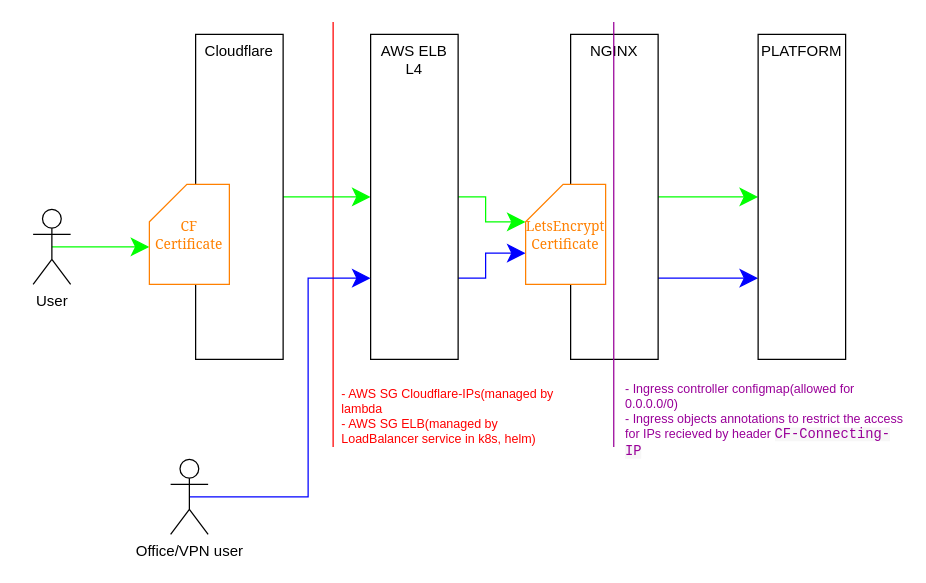
Above: users-traffic-http-routing.drawio in kpbll/draw.io (draw.io), before the change. Source tidied: cells renumbered, new cells numbered last; positions are measured from the earlier drawing's top-left corner, leaving out a move shared by most shapes. Both pictures are drawn from the tidied source at 125%, with x=0, y=0 at pixel (32, 21).
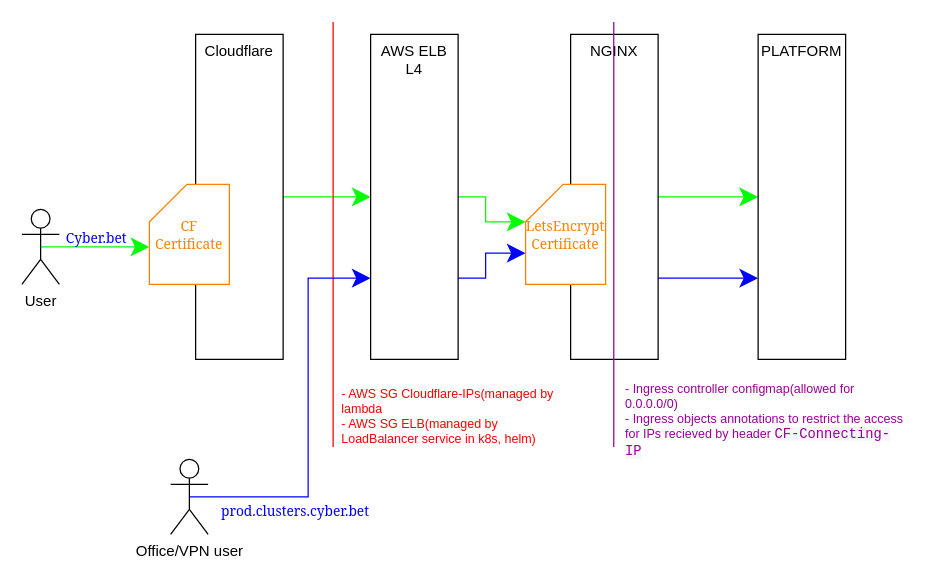
Above is the later version.

What changed in the source:
```diff
@@
     <mxCell id="3" value="User" style="shape=umlActor;verticalLabelPosition=bottom;verticalAlign=top;html=1;outlineConnect=0;" parent="1" vertex="1">
-      <mxGeometry y="150" width="30" height="60" as="geometry" />
+      <mxGeometry x="-9" y="150" width="30" height="60" as="geometry" />
     </mxCell>
@@
+    <mxCell id="22" value="&lt;font color=&quot;#0000ff&quot;&gt;Cyber.bet&lt;/font&gt;" style="text;html=1;strokeColor=none;fillColor=none;align=center;verticalAlign=middle;whiteSpace=wrap;rounded=0;fontFamily=Georgia;fontSize=11;fontColor=#FF8000;" parent="1" vertex="1">
+      <mxGeometry x="21" y="157" width="60" height="30" as="geometry" />
+    </mxCell>
+    <mxCell id="23" value="&lt;font color=&quot;#0000ff&quot;&gt;prod.clusters.cyber.bet&lt;/font&gt;" style="text;html=1;strokeColor=none;fillColor=none;align=center;verticalAlign=middle;whiteSpace=wrap;rounded=0;fontFamily=Georgia;fontSize=11;fontColor=#FF8000;" parent="1" vertex="1">
+      <mxGeometry x="180" y="376" width="60" height="30" as="geometry" />
+    </mxCell>
```
